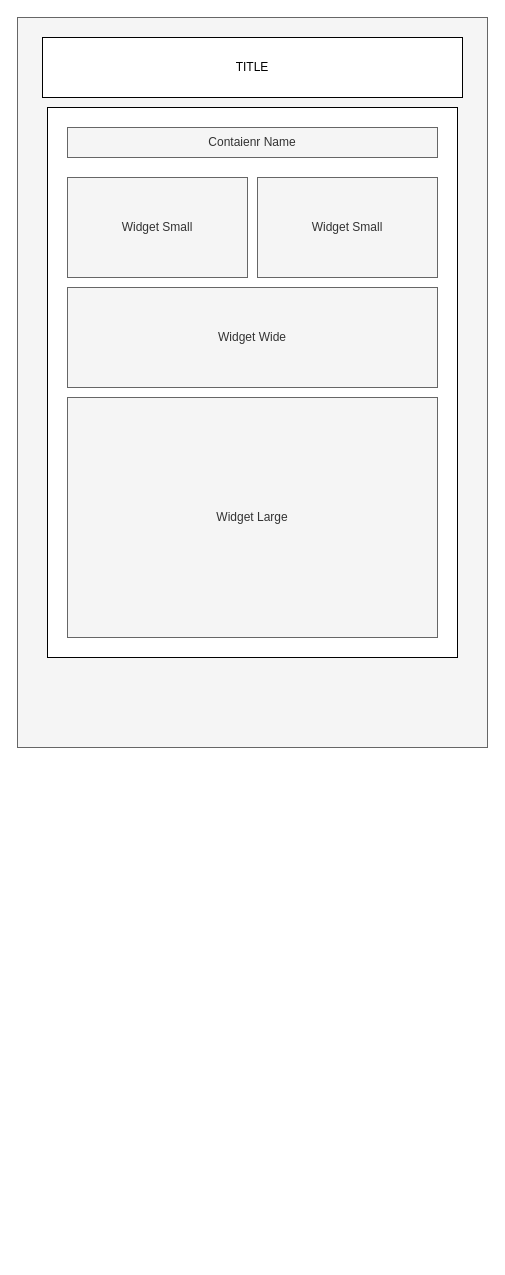
Earlier version of the draw.io diagram pageLayout.drawio (ProCyEd/MIDL-Web-Server). Source tidied: cells renumbered, new cells numbered last; positions are measured from the earlier drawing's top-left corner, leaving out a move shared by most shapes. Both pictures are drawn from the tidied source at 100%, with x=0, y=0 at pixel (17, 17).
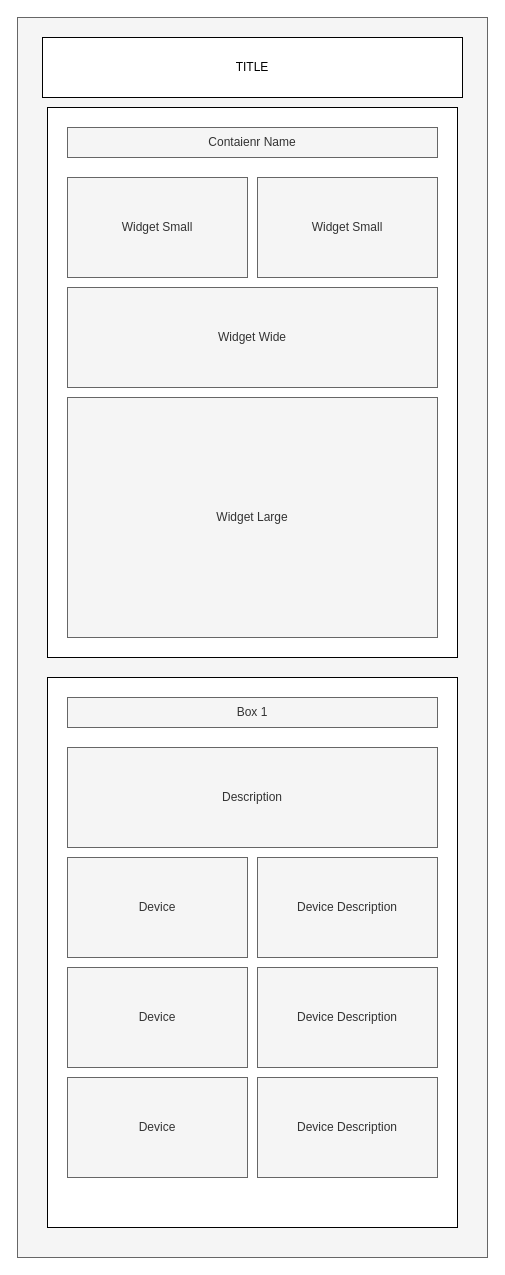
The same page after the edit.

What changed in the source:
```diff
@@
 <mxGraphModel>
   <root>
     <mxCell id="0" />
     <mxCell id="1" parent="0" />
     <mxCell id="2" style="whiteSpace=wrap;html=1;fillColor=#f5f5f5;fontColor=#333333;strokeColor=#666666;" parent="1" vertex="1">
-      <mxGeometry width="470" height="730" as="geometry" />
+      <mxGeometry width="470" height="1240" as="geometry" />
     </mxCell>
     <mxCell id="3" value="TITLE" style="whiteSpace=wrap;html=1;" parent="1" vertex="1">
       <mxGeometry x="25" y="20" width="420" height="60" as="geometry" />
     </mxCell>
     <mxCell id="4" style="whiteSpace=wrap;html=1;" parent="1" vertex="1">
       <mxGeometry x="30" y="90" width="410" height="550" as="geometry" />
     </mxCell>
     <mxCell id="5" value="Contaienr Name" style="whiteSpace=wrap;html=1;fillColor=#f5f5f5;fontColor=#333333;strokeColor=#666666;" parent="1" vertex="1">
       <mxGeometry x="50" y="110" width="370" height="30" as="geometry" />
     </mxCell>
     <mxCell id="6" value="Widget Small" style="whiteSpace=wrap;html=1;fillColor=#f5f5f5;fontColor=#333333;strokeColor=#666666;" parent="1" vertex="1">
       <mxGeometry x="50" y="160" width="180" height="100" as="geometry" />
     </mxCell>
     <mxCell id="7" value="Widget Small" style="whiteSpace=wrap;html=1;fillColor=#f5f5f5;fontColor=#333333;strokeColor=#666666;" parent="1" vertex="1">
       <mxGeometry x="240" y="160" width="180" height="100" as="geometry" />
     </mxCell>
     <mxCell id="8" value="Widget Wide" style="whiteSpace=wrap;html=1;fillColor=#f5f5f5;fontColor=#333333;strokeColor=#666666;" parent="1" vertex="1">
       <mxGeometry x="50" y="270" width="370" height="100" as="geometry" />
     </mxCell>
     <mxCell id="9" value="Widget Large" style="whiteSpace=wrap;html=1;fillColor=#f5f5f5;fontColor=#333333;strokeColor=#666666;" parent="1" vertex="1">
       <mxGeometry x="50" y="380" width="370" height="240" as="geometry" />
     </mxCell>
+    <mxCell id="10" style="whiteSpace=wrap;html=1;" parent="1" vertex="1">
+      <mxGeometry x="30" y="660" width="410" height="550" as="geometry" />
+    </mxCell>
+    <mxCell id="11" value="Box 1" style="whiteSpace=wrap;html=1;fillColor=#f5f5f5;fontColor=#333333;strokeColor=#666666;" parent="1" vertex="1">
+      <mxGeometry x="50" y="680" width="370" height="30" as="geometry" />
+    </mxCell>
+    <mxCell id="12" value="Description" style="whiteSpace=wrap;html=1;fillColor=#f5f5f5;fontColor=#333333;strokeColor=#666666;" parent="1" vertex="1">
+      <mxGeometry x="50" y="730" width="370" height="100" as="geometry" />
+    </mxCell>
+    <mxCell id="13" value="Device" style="whiteSpace=wrap;html=1;fillColor=#f5f5f5;fontColor=#333333;strokeColor=#666666;" parent="1" vertex="1">
+      <mxGeometry x="50" y="840" width="180" height="100" as="geometry" />
+    </mxCell>
+    <mxCell id="14" value="Device Description" style="whiteSpace=wrap;html=1;fillColor=#f5f5f5;fontColor=#333333;strokeColor=#666666;" parent="1" vertex="1">
+      <mxGeometry x="240" y="840" width="180" height="100" as="geometry" />
+    </mxCell>
+    <mxCell id="15" value="Device" style="whiteSpace=wrap;html=1;fillColor=#f5f5f5;fontColor=#333333;strokeColor=#666666;" parent="1" vertex="1">
+      <mxGeometry x="50" y="950" width="180" height="100" as="geometry" />
+    </mxCell>
+    <mxCell id="16" value="Device Description" style="whiteSpace=wrap;html=1;fillColor=#f5f5f5;fontColor=#333333;strokeColor=#666666;" parent="1" vertex="1">
+      <mxGeometry x="240" y="950" width="180" height="100" as="geometry" />
+    </mxCell>
+    <mxCell id="17" value="Device" style="whiteSpace=wrap;html=1;fillColor=#f5f5f5;fontColor=#333333;strokeColor=#666666;" parent="1" vertex="1">
+      <mxGeometry x="50" y="1060" width="180" height="100" as="geometry" />
+    </mxCell>
+    <mxCell id="18" value="Device Description" style="whiteSpace=wrap;html=1;fillColor=#f5f5f5;fontColor=#333333;strokeColor=#666666;" parent="1" vertex="1">
+      <mxGeometry x="240" y="1060" width="180" height="100" as="geometry" />
+    </mxCell>
   </root>
 </mxGraphModel>
```
